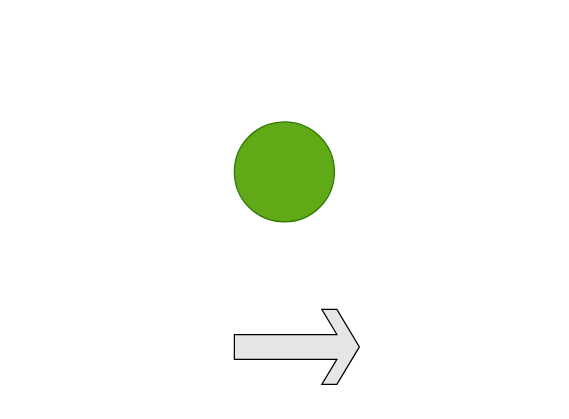
frainmeng/drawio-folder keeps this draw.io diagram as 未命名绘图.drawio. Above is the earlier version. Source tidied: cells renumbered, new cells numbered last; positions are measured from the earlier drawing's top-left corner, leaving out a move shared by most shapes. Both pictures are drawn from the tidied source at 125%, with x=0, y=0 at pixel (234, 121).
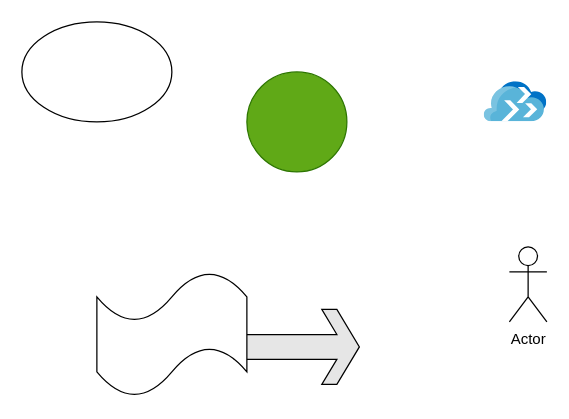
The same page after the edit.

Commit message:
更新未命名绘图.drawio

What changed in the source:
```diff
@@
 <mxGraphModel>
   <root>
     <mxCell id="0" />
     <mxCell id="1" parent="0" />
     <mxCell id="2" style="html=1;shadow=0;dashed=0;align=center;verticalAlign=middle;shape=mxgraph.arrows2.sharpArrow;dy1=0.67;dx1=18;dx2=18;notch=0;fillColor=#E6E6E6;rounded=0;" parent="1" vertex="1">
       <mxGeometry y="150" width="100" height="60" as="geometry" />
     </mxCell>
     <mxCell id="3" style="ellipse;whiteSpace=wrap;html=1;fillColor=#60a917;fontColor=#ffffff;strokeColor=#2D7600;rounded=0;" parent="1" vertex="1">
-      <mxGeometry width="80" height="80" as="geometry" />
+      <mxGeometry x="10" y="-40" width="80" height="80" as="geometry" />
     </mxCell>
+    <mxCell id="4" style="ellipse;whiteSpace=wrap;html=1;" parent="1" vertex="1">
+      <mxGeometry x="-170" y="-80" width="120" height="80" as="geometry" />
+    </mxCell>
+    <mxCell id="5" style="shape=tape;whiteSpace=wrap;html=1;" parent="1" vertex="1">
+      <mxGeometry x="-110" y="120" width="120" height="100" as="geometry" />
+    </mxCell>
+    <mxCell id="6" value="Actor" style="shape=umlActor;verticalLabelPosition=bottom;verticalAlign=top;html=1;" parent="1" vertex="1">
+      <mxGeometry x="220" y="100" width="30" height="60" as="geometry" />
+    </mxCell>
+    <mxCell id="7" style="sketch=0;html=1;align=center;image;fontSize=12;image=img/lib/mscae/Migration_Projects.svg;" parent="1" vertex="1">
+      <mxGeometry x="200" y="-32" width="50" height="32" as="geometry" />
+    </mxCell>
   </root>
 </mxGraphModel>
```
